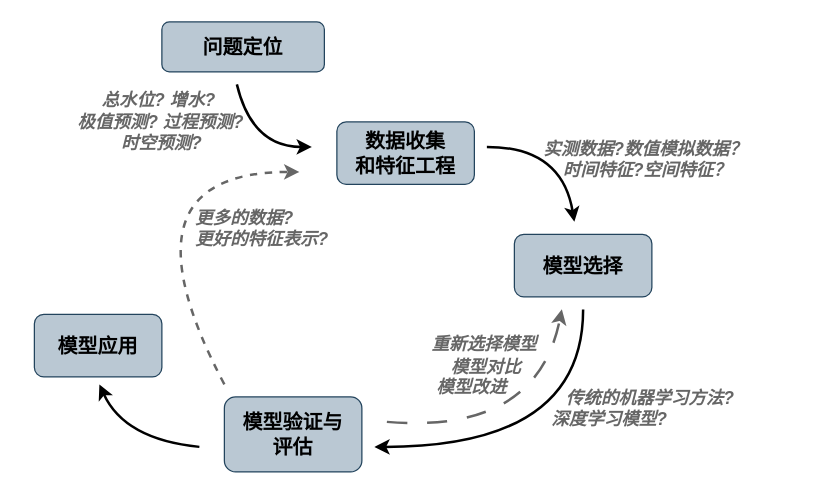
Xylitolor/Xylitolee keeps this draw.io diagram as workflow中文版.drawio. Above is the earlier version. Source tidied: cells renumbered, new cells numbered last; positions are measured from the earlier drawing's top-left corner, leaving out a move shared by most shapes. Both pictures are drawn from the tidied source at 125%, with x=0, y=0 at pixel (21, 21).
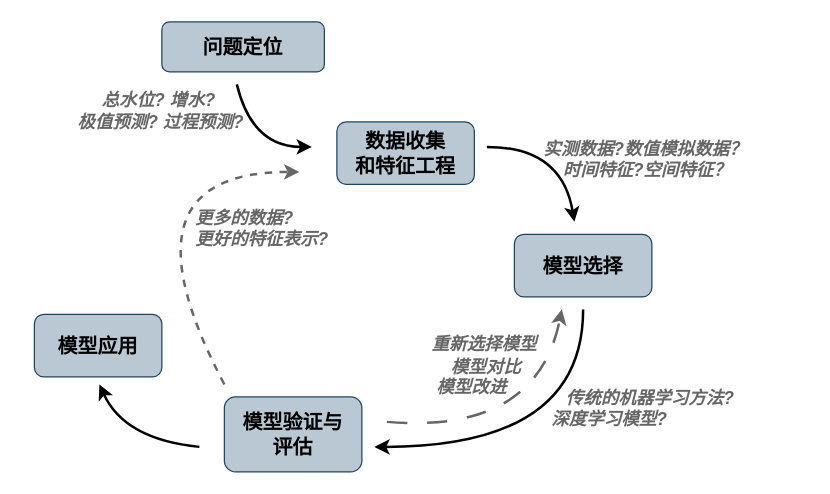
The same diagram, later.

Commit message:
更新workflow中文版.drawio

Diff of the diagram source:
```diff
@@
-    <mxCell id="10" value="&lt;font style=&quot;font-size: 14px;&quot;&gt;&lt;b&gt;&amp;nbsp; &amp;nbsp; &lt;span style=&quot;white-space: pre;&quot;&gt;&#9;&lt;/span&gt;&lt;span style=&quot;white-space: pre;&quot;&gt;&#9;&lt;/span&gt;总水位? 增水?&lt;br style=&quot;&quot;&gt;&amp;nbsp; &amp;nbsp; &amp;nbsp; &amp;nbsp; &amp;nbsp; &amp;nbsp;极值预测? 过程预测? &lt;br style=&quot;&quot;&gt;&amp;nbsp; &amp;nbsp; &amp;nbsp; &amp;nbsp; &amp;nbsp; &amp;nbsp; &amp;nbsp; &amp;nbsp; &amp;nbsp; &amp;nbsp; 时空预测?&lt;/b&gt;&lt;/font&gt;" style="text;html=1;strokeColor=none;fillColor=none;align=left;verticalAlign=middle;whiteSpace=wrap;rounded=0;fontFamily=Helvetica;fontStyle=2;fontColor=#666666;fontSize=12;" parent="1" vertex="1">
+    <mxCell id="10" value="&lt;font style=&quot;font-size: 14px;&quot;&gt;&lt;b&gt;&amp;nbsp; &amp;nbsp; &lt;span style=&quot;white-space: pre;&quot;&gt;&#9;&lt;/span&gt;&lt;span style=&quot;white-space: pre;&quot;&gt;&#9;&lt;/span&gt;总水位? 增水?&lt;br style=&quot;&quot;&gt;&amp;nbsp; &amp;nbsp; &amp;nbsp; &amp;nbsp; &amp;nbsp; &amp;nbsp;极值预测? 过程预测? &lt;br style=&quot;&quot;&gt;&amp;nbsp; &amp;nbsp; &amp;nbsp; &amp;nbsp; &amp;nbsp; &amp;nbsp; &amp;nbsp;&lt;/b&gt;&lt;/font&gt;" style="text;html=1;strokeColor=none;fillColor=none;align=left;verticalAlign=middle;whiteSpace=wrap;rounded=0;fontFamily=Helvetica;fontStyle=2;fontColor=#666666;fontSize=12;" parent="1" vertex="1">
       <mxGeometry y="60" width="230" height="40" as="geometry" />
     </mxCell>
```
